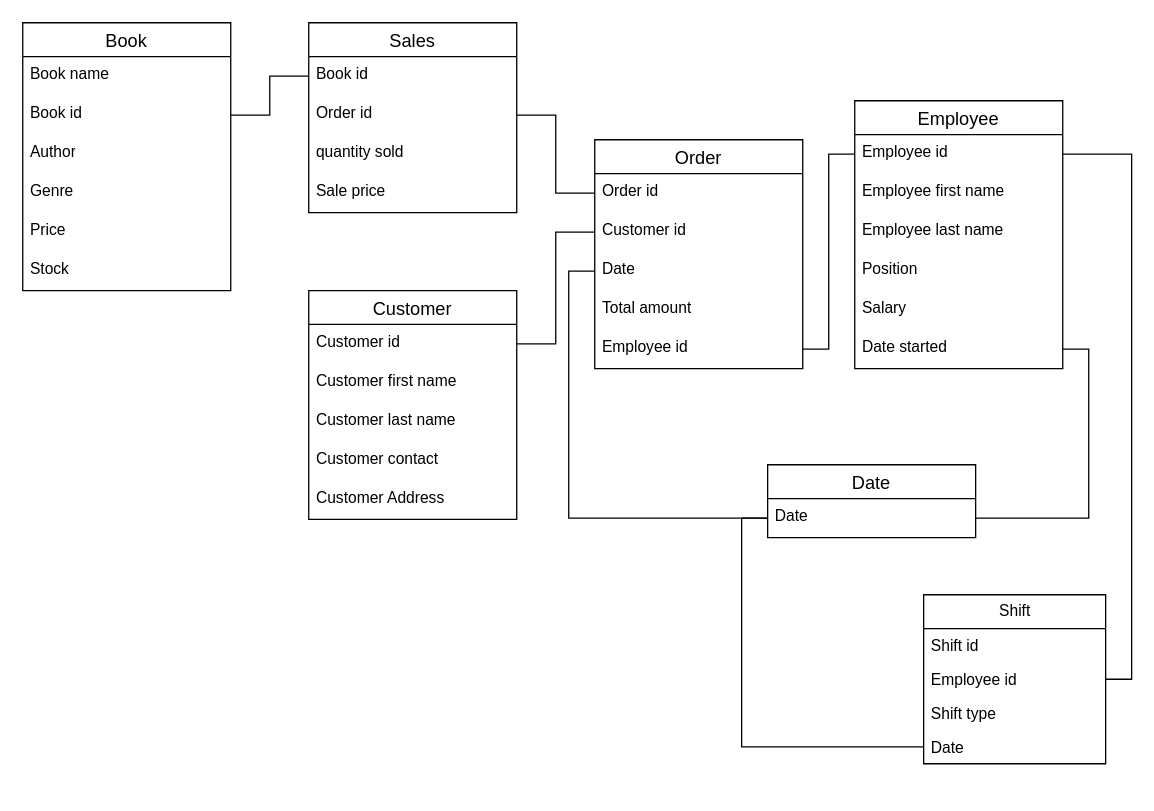
This is 02_activities/assignments/Untitled Diagram.drawio from Sdong23/sql, a draw.io file, before an edit. Source tidied: cells renumbered, new cells numbered last; positions are measured from the earlier drawing's top-left corner, leaving out a move shared by most shapes. Both pictures are drawn from the tidied source at 130%, with x=0, y=0 at pixel (22, 22).
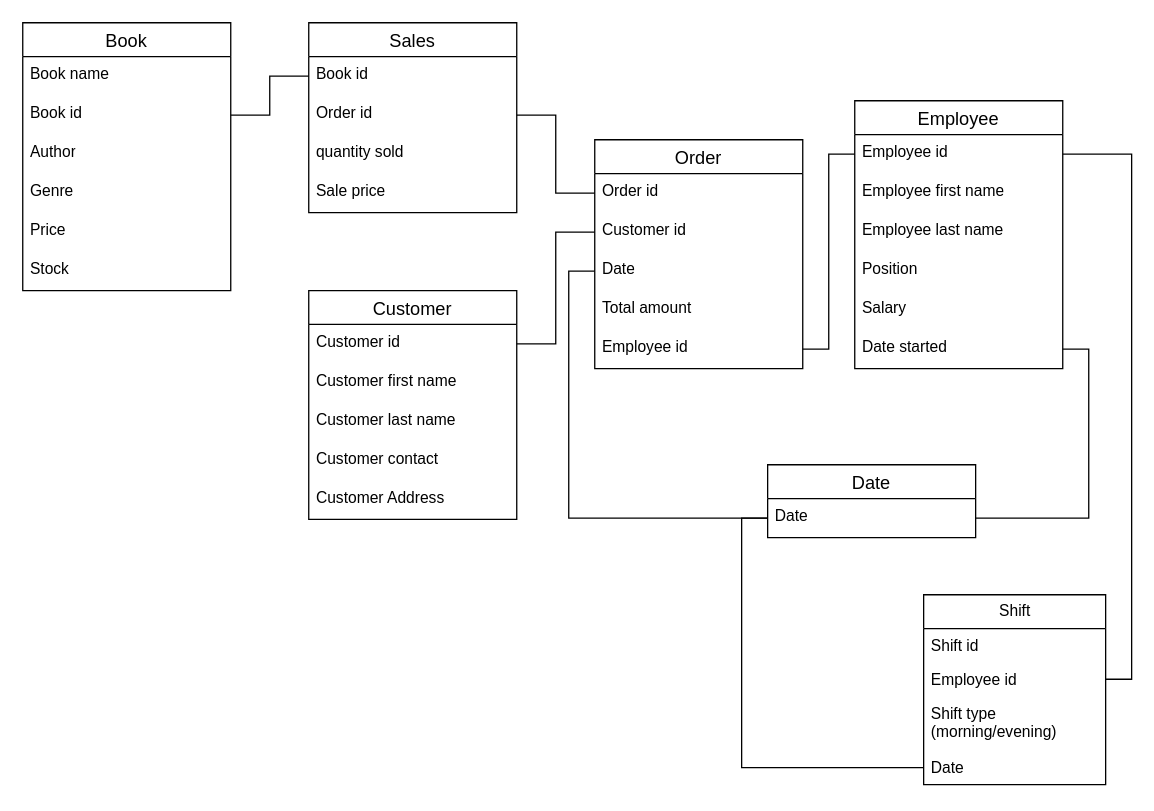
Above is the later version.

The edit, as a diff of the source:
```diff
@@
     <mxCell id="41" value="Shift" style="swimlane;fontStyle=0;horizontal=1;startSize=26;fillColor=none;html=1;" parent="1" vertex="1">
-      <mxGeometry x="693" y="440" width="140" height="130" as="geometry" />
+      <mxGeometry x="693" y="440" width="140" height="146" as="geometry" />
     </mxCell>
@@
-    <mxCell id="44" value="Shift type" style="text;strokeColor=none;fillColor=none;align=left;verticalAlign=top;spacingLeft=4;spacingRight=4;overflow=hidden;whiteSpace=wrap;html=1;" parent="41" vertex="1">
-      <mxGeometry y="78" width="140" height="26" as="geometry" />
+    <mxCell id="44" value="Shift type (morning/evening)" style="text;strokeColor=none;fillColor=none;align=left;verticalAlign=top;spacingLeft=4;spacingRight=4;overflow=hidden;whiteSpace=wrap;html=1;" parent="41" vertex="1">
+      <mxGeometry y="78" width="140" height="42" as="geometry" />
     </mxCell>
     <mxCell id="45" value="Date" style="text;strokeColor=none;fillColor=none;align=left;verticalAlign=top;spacingLeft=4;spacingRight=4;overflow=hidden;points=[[0,0.5],[1,0.5]];portConstraint=eastwest;whiteSpace=wrap;html=1;" parent="41" vertex="1">
-      <mxGeometry y="104" width="140" height="26" as="geometry" />
+      <mxGeometry y="120" width="140" height="26" as="geometry" />
     </mxCell>
```
